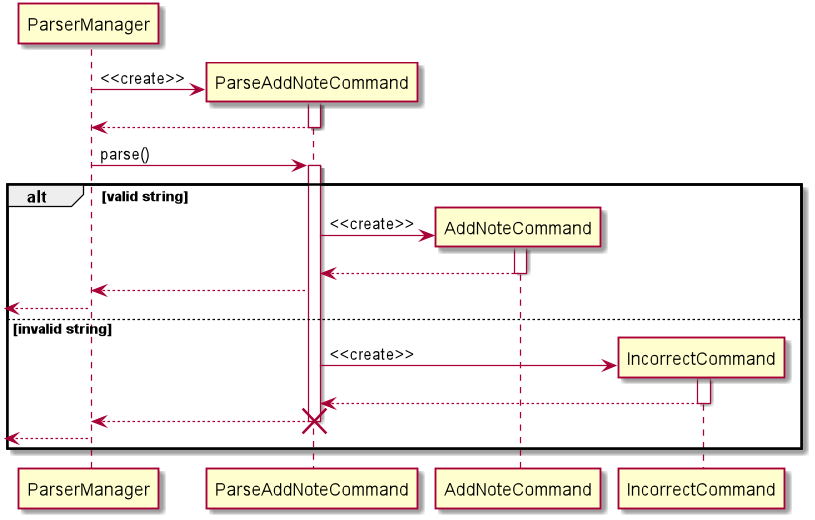
Above: docs/diagrams/out/AddNoteParser.png in nus-cs2113-AY2021S1/tp (PlantUML), before the change. Source of this version:
```plantuml
@startuml

create ParserManager

create ParseAddNoteCommand
ParserManager -> ParseAddNoteCommand: <<create>>

activate ParseAddNoteCommand
ParserManager <-- ParseAddNoteCommand
deactivate ParseAddNoteCommand

ParserManager -> ParseAddNoteCommand: parse()
activate ParseAddNoteCommand

alt valid string
create AddNoteCommand
ParseAddNoteCommand -> AddNoteCommand: <<create>>

activate AddNoteCommand
ParseAddNoteCommand <-- AddNoteCommand
deactivate AddNoteCommand

ParserManager <-- ParseAddNoteCommand
<-- ParserManager

else invalid string
create IncorrectCommand
ParseAddNoteCommand -> IncorrectCommand: <<create>>

activate IncorrectCommand
ParseAddNoteCommand <-- IncorrectCommand
deactivate IncorrectCommand

ParserManager <-- ParseAddNoteCommand

deactivate ParseAddNoteCommand
destroy ParseAddNoteCommand

<-- ParserManager

end

@enduml
```
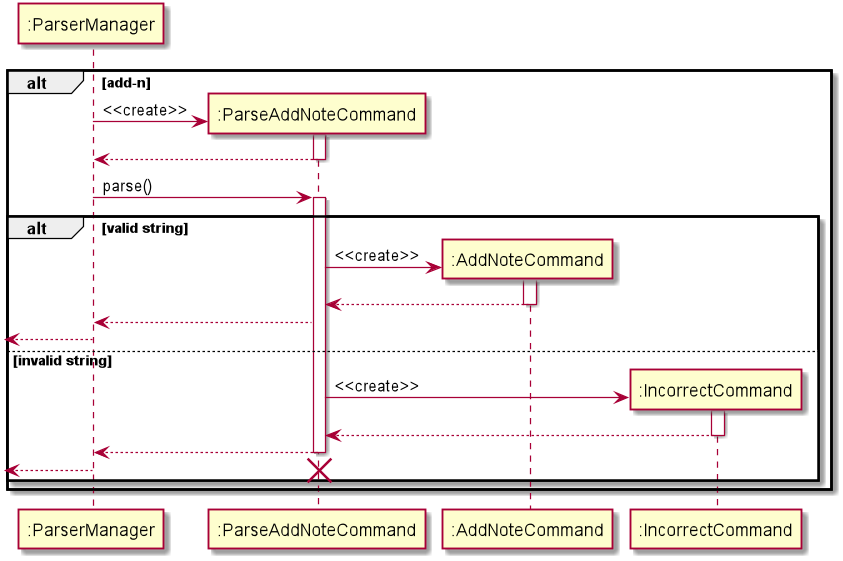
After the change.

Diff of the diagram source:
```diff
@@ -1,7 +1,13 @@
 @startuml
+
+participant ":ParserManager" as ParserManager
+participant ":ParseAddNoteCommand" as ParseAddNoteCommand
+participant ":AddNoteCommand" as AddNoteCommand
+participant ":IncorrectCommand" as IncorrectCommand
 
 create ParserManager
 
+alt add-n
 create ParseAddNoteCommand
 ParserManager -> ParseAddNoteCommand: <<create>>
 
@@ -34,10 +40,12 @@
 ParserManager <-- ParseAddNoteCommand
 
 deactivate ParseAddNoteCommand
-destroy ParseAddNoteCommand
 
 <-- ParserManager
 
+destroy ParseAddNoteCommand
+
+end
 end
 
 @enduml
```
